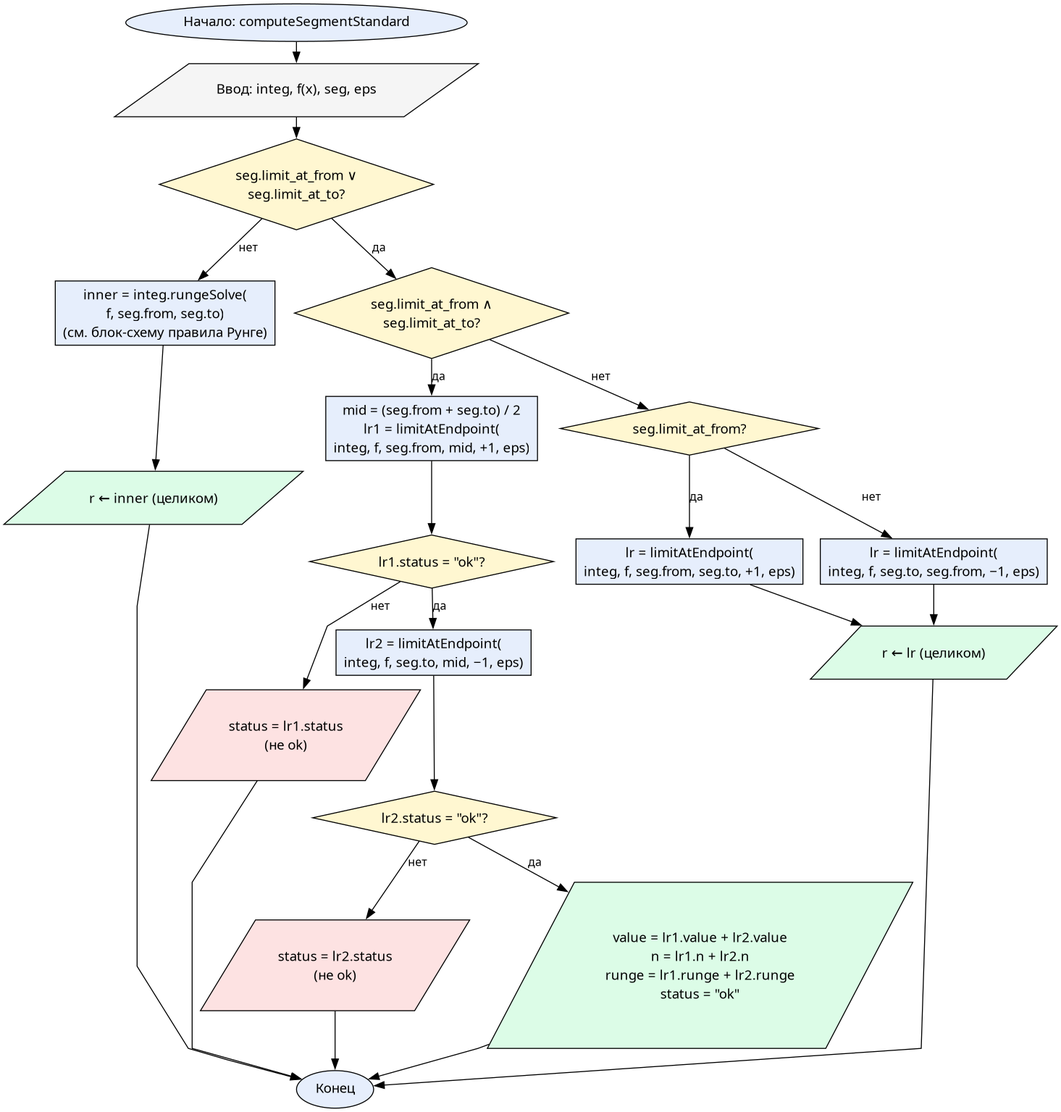
This is reports/resources/flowcharts/compute_segment.png from Oriptal/calc-math-lab2, a Graphviz export, as it was before one commit. Its source is kept beside it as reports/resources/flowcharts/compute_segment.dot.
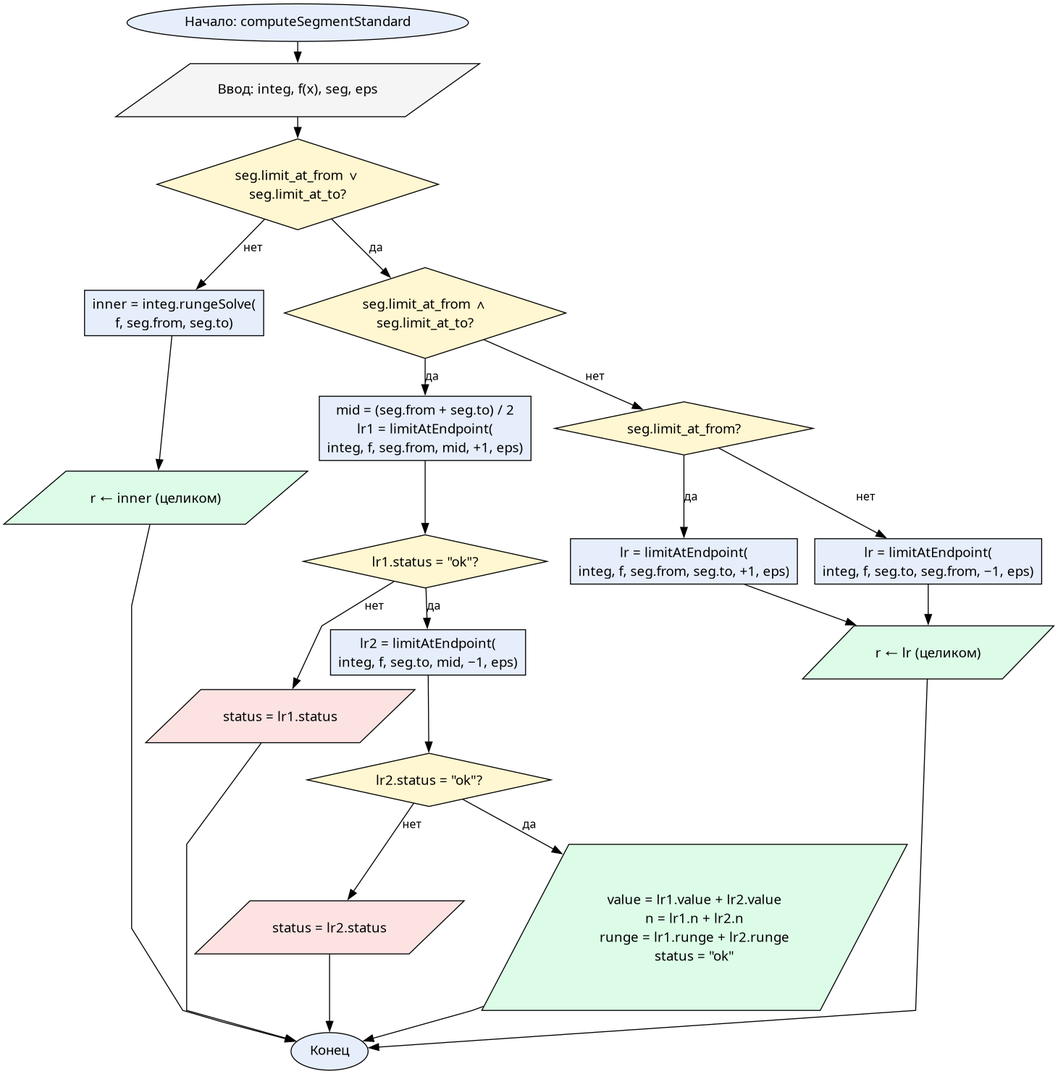
Later version of the same file.

Change to the diagram source:
```diff
@@ -7,16 +7,16 @@
   input  [label="Ввод: integ, f(x), seg, eps", shape=parallelogram, fillcolor="#f5f5f5"]
 
   chkAny [label=<seg.limit_at_from ∨<BR/>seg.limit_at_to?>, shape=diamond, fillcolor="#fff7d1"]
-  plain  [label=<inner = integ.rungeSolve(<BR/>f, seg.from, seg.to)<BR/>(см. блок-схему правила Рунге)>, shape=box, fillcolor="#e6eefc"]
+  plain  [label=<inner = integ.rungeSolve(<BR/>f, seg.from, seg.to)>, shape=box, fillcolor="#e6eefc"]
   retPlain [label=<r ← inner (целиком)>, shape=parallelogram, fillcolor="#dcfce7"]
 
   chkBoth [label=<seg.limit_at_from ∧<BR/>seg.limit_at_to?>, shape=diamond, fillcolor="#fff7d1"]
   splitMid [label=<mid = (seg.from + seg.to) / 2<BR/>lr1 = limitAtEndpoint(<BR/>integ, f, seg.from, mid, +1, eps)>, shape=box, fillcolor="#e6eefc"]
   chk1   [label=<lr1.status = "ok"?>, shape=diamond, fillcolor="#fff7d1"]
-  ret1   [label=<status = lr1.status<BR/>(не ok)>, shape=parallelogram, fillcolor="#fde2e2"]
+  ret1   [label=<status = lr1.status>, shape=parallelogram, fillcolor="#fde2e2"]
   call2  [label=<lr2 = limitAtEndpoint(<BR/>integ, f, seg.to, mid, −1, eps)>, shape=box, fillcolor="#e6eefc"]
   chk2   [label=<lr2.status = "ok"?>, shape=diamond, fillcolor="#fff7d1"]
-  ret2   [label=<status = lr2.status<BR/>(не ok)>, shape=parallelogram, fillcolor="#fde2e2"]
+  ret2   [label=<status = lr2.status>, shape=parallelogram, fillcolor="#fde2e2"]
   retBoth [label=<value = lr1.value + lr2.value<BR/>n = lr1.n + lr2.n<BR/>runge = lr1.runge + lr2.runge<BR/>status = "ok">, shape=parallelogram, fillcolor="#dcfce7"]
 
   chkLeft   [label=<seg.limit_at_from?>, shape=diamond, fillcolor="#fff7d1"]
```
